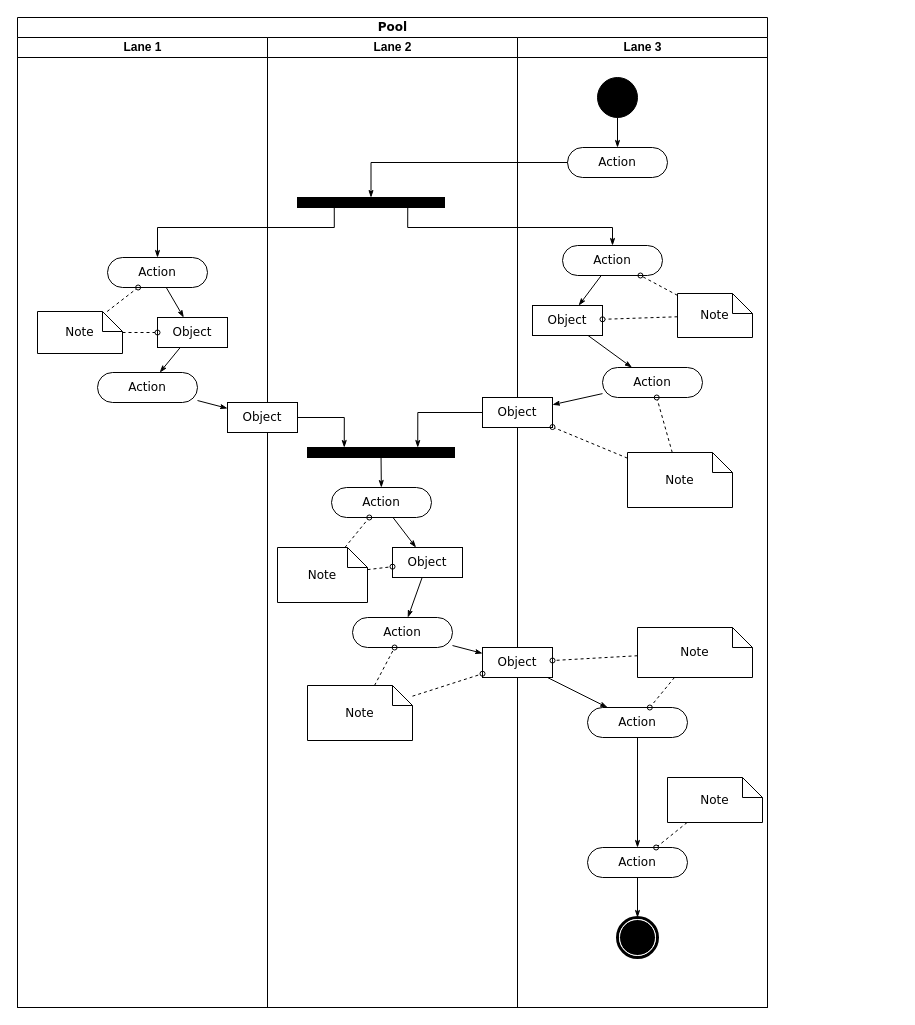
Above: 未命名绘图.drawio in dfz12300/bilibiliCaptcha (draw.io), before the change. Source tidied: cells renumbered, new cells numbered last; positions are measured from the earlier drawing's top-left corner, leaving out a move shared by most shapes. Both pictures are drawn from the tidied source at 100%, with x=0, y=0 at pixel (17, 17).
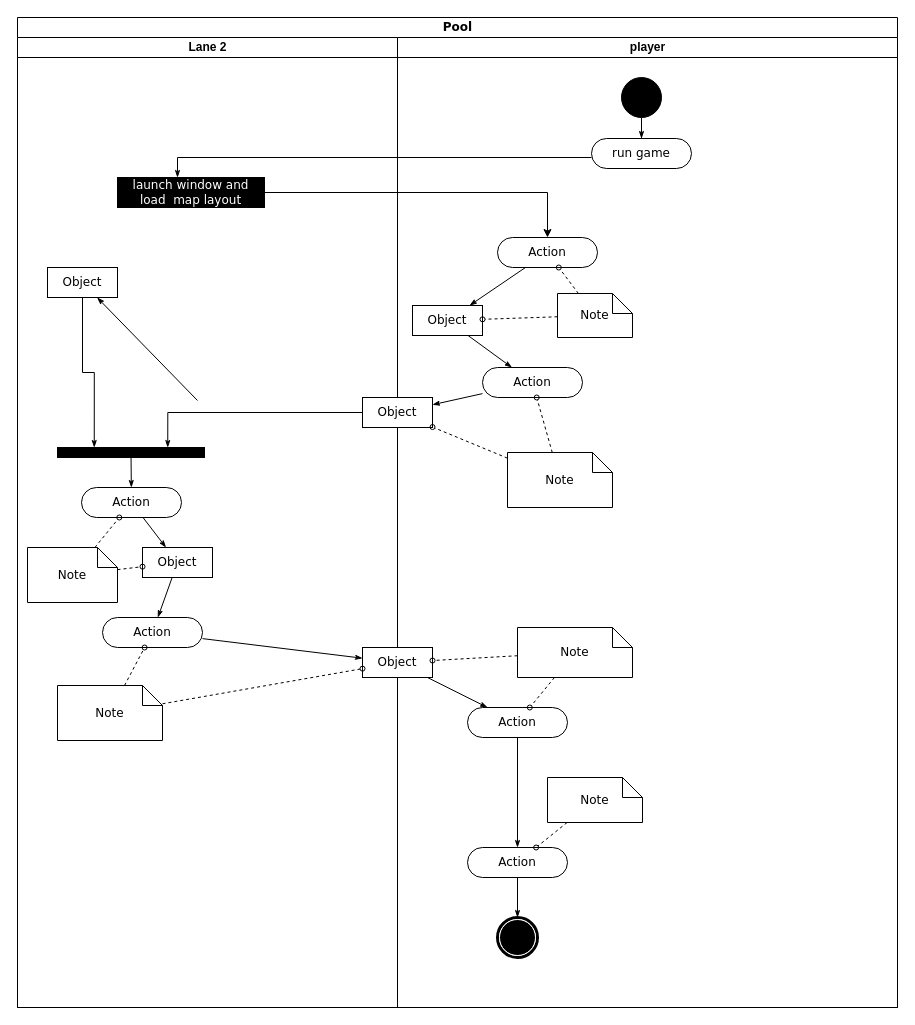
The same page after the edit.

Commit message:
更新未命名绘图.drawio

Diff of the diagram source:
```diff
@@
     <mxCell id="2" value="Pool" style="swimlane;html=1;startSize=20;rounded=0;shadow=0;comic=0;labelBackgroundColor=none;strokeWidth=1;fontFamily=Verdana;fontSize=12;align=center;" parent="1" vertex="1">
-      <mxGeometry width="750" height="990" as="geometry" />
+      <mxGeometry width="880" height="990" as="geometry" />
     </mxCell>
-    <mxCell id="3" value="Lane 1" style="swimlane;html=1;startSize=20;" parent="2" vertex="1">
-      <mxGeometry y="20" width="250" height="970" as="geometry" />
-    </mxCell>
-    <mxCell id="4" style="edgeStyle=none;rounded=0;html=1;labelBackgroundColor=none;startArrow=none;startFill=0;startSize=5;endArrow=classicThin;endFill=1;endSize=5;jettySize=auto;strokeWidth=1;fontFamily=Verdana;fontSize=12;" parent="3" edge="1" source="5" target="8">
-      <mxGeometry relative="1" as="geometry" />
-    </mxCell>
-    <mxCell id="5" value="Action" style="rounded=1;whiteSpace=wrap;html=1;shadow=0;comic=0;labelBackgroundColor=none;strokeWidth=1;fontFamily=Verdana;fontSize=12;align=center;arcSize=50;" parent="3" vertex="1">
-      <mxGeometry x="90" y="220" width="100" height="30" as="geometry" />
-    </mxCell>
-    <mxCell id="6" value="Action" style="rounded=1;whiteSpace=wrap;html=1;shadow=0;comic=0;labelBackgroundColor=none;strokeWidth=1;fontFamily=Verdana;fontSize=12;align=center;arcSize=50;" parent="3" vertex="1">
-      <mxGeometry x="80" y="335" width="100" height="30" as="geometry" />
-    </mxCell>
-    <mxCell id="7" style="edgeStyle=none;rounded=0;html=1;labelBackgroundColor=none;startArrow=none;startFill=0;startSize=5;endArrow=classicThin;endFill=1;endSize=5;jettySize=auto;strokeWidth=1;fontFamily=Verdana;fontSize=12;" parent="3" edge="1" source="8" target="6">
-      <mxGeometry relative="1" as="geometry" />
-    </mxCell>
-    <mxCell id="8" value="Object" style="rounded=0;whiteSpace=wrap;html=1;shadow=0;comic=0;labelBackgroundColor=none;strokeWidth=1;fontFamily=Verdana;fontSize=12;align=center;arcSize=50;" parent="3" vertex="1">
-      <mxGeometry x="140" y="280" width="70" height="30" as="geometry" />
-    </mxCell>
-    <mxCell id="9" style="edgeStyle=none;rounded=0;html=1;labelBackgroundColor=none;startArrow=none;startFill=0;startSize=5;endArrow=oval;endFill=0;endSize=5;jettySize=auto;strokeWidth=1;fontFamily=Verdana;fontSize=12;dashed=1;" parent="3" edge="1" source="11" target="5">
-      <mxGeometry relative="1" as="geometry" />
-    </mxCell>
-    <mxCell id="10" style="edgeStyle=none;rounded=0;html=1;dashed=1;labelBackgroundColor=none;startArrow=none;startFill=0;startSize=5;endArrow=oval;endFill=0;endSize=5;jettySize=auto;strokeWidth=1;fontFamily=Verdana;fontSize=12;" parent="3" edge="1" source="11" target="8">
-      <mxGeometry relative="1" as="geometry" />
-    </mxCell>
-    <mxCell id="11" value="Note" style="shape=note;whiteSpace=wrap;html=1;rounded=0;shadow=0;comic=0;labelBackgroundColor=none;strokeWidth=1;fontFamily=Verdana;fontSize=12;align=center;size=20;" parent="3" vertex="1">
-      <mxGeometry x="20" y="274" width="85" height="42" as="geometry" />
-    </mxCell>
     <mxCell id="12" value="Lane 2" style="swimlane;html=1;startSize=20;" parent="2" vertex="1">
-      <mxGeometry x="250" y="20" width="250" height="970" as="geometry" />
+      <mxGeometry y="20" width="380" height="970" as="geometry" />
     </mxCell>
-    <mxCell id="13" style="whiteSpace=wrap;html=1;rounded=0;shadow=0;comic=0;labelBackgroundColor=none;strokeWidth=1;fillColor=#000000;fontFamily=Verdana;fontSize=12;align=center;rotation=0;" parent="12" vertex="1">
-      <mxGeometry x="30" y="160" width="147" height="10" as="geometry" />
+    <mxCell id="13" value="&lt;font color=&quot;#ffffff&quot;&gt;launch window and load&amp;nbsp; map layout&lt;/font&gt;" style="whiteSpace=wrap;html=1;rounded=0;shadow=0;comic=0;labelBackgroundColor=none;strokeWidth=1;fillColor=#000000;fontFamily=Verdana;fontSize=12;align=center;rotation=0;" parent="12" vertex="1">
+      <mxGeometry x="100" y="140" width="147" height="30" as="geometry" />
     </mxCell>
@@
     <mxCell id="19" value="Object" style="rounded=0;whiteSpace=wrap;html=1;shadow=0;comic=0;labelBackgroundColor=none;strokeWidth=1;fontFamily=Verdana;fontSize=12;align=center;arcSize=50;" parent="12" vertex="1">
-      <mxGeometry x="-40" y="365" width="70" height="30" as="geometry" />
+      <mxGeometry x="30" y="230" width="70" height="30" as="geometry" />
     </mxCell>
@@
-    <mxCell id="28" value="Lane 3" style="swimlane;html=1;startSize=20;" parent="2" vertex="1">
-      <mxGeometry x="500" y="20" width="250" height="970" as="geometry" />
+    <mxCell id="28" value="player" style="swimlane;html=1;startSize=20;" parent="2" vertex="1">
+      <mxGeometry x="380" y="20" width="500" height="970" as="geometry" />
     </mxCell>
@@
     <mxCell id="30" style="ellipse;whiteSpace=wrap;html=1;rounded=0;shadow=0;comic=0;labelBackgroundColor=none;strokeWidth=1;fillColor=#000000;fontFamily=Verdana;fontSize=12;align=center;" parent="28" vertex="1">
-      <mxGeometry x="80" y="40" width="40" height="40" as="geometry" />
+      <mxGeometry x="224" y="40" width="40" height="40" as="geometry" />
     </mxCell>
-    <mxCell id="31" value="Action" style="rounded=1;whiteSpace=wrap;html=1;shadow=0;comic=0;labelBackgroundColor=none;strokeWidth=1;fontFamily=Verdana;fontSize=12;align=center;arcSize=50;" parent="28" vertex="1">
-      <mxGeometry x="50" y="110" width="100" height="30" as="geometry" />
+    <mxCell id="31" value="run game" style="rounded=1;whiteSpace=wrap;html=1;shadow=0;comic=0;labelBackgroundColor=none;strokeWidth=1;fontFamily=Verdana;fontSize=12;align=center;arcSize=50;" parent="28" vertex="1">
+      <mxGeometry x="194" y="101" width="100" height="30" as="geometry" />
     </mxCell>
@@
     <mxCell id="33" value="Action" style="rounded=1;whiteSpace=wrap;html=1;shadow=0;comic=0;labelBackgroundColor=none;strokeWidth=1;fontFamily=Verdana;fontSize=12;align=center;arcSize=50;" parent="28" vertex="1">
-      <mxGeometry x="45" y="208" width="100" height="30" as="geometry" />
+      <mxGeometry x="100" y="200" width="100" height="30" as="geometry" />
     </mxCell>
@@
-    <mxCell id="57" style="edgeStyle=orthogonalEdgeStyle;rounded=0;html=1;entryX=0.5;entryY=0;labelBackgroundColor=none;startArrow=none;startFill=0;startSize=5;endArrow=classicThin;endFill=1;endSize=5;jettySize=auto;strokeWidth=1;fontFamily=Verdana;fontSize=12;" parent="2" edge="1" source="31" target="13">
+    <mxCell id="57" style="edgeStyle=orthogonalEdgeStyle;rounded=0;html=1;labelBackgroundColor=none;startArrow=none;startFill=0;startSize=5;endArrow=classicThin;endFill=1;endSize=5;jettySize=auto;strokeWidth=1;fontFamily=Verdana;fontSize=12;" parent="2" edge="1" source="31" target="13">
       <mxGeometry relative="1" as="geometry">
         <Array as="points">
-          <mxPoint x="354" y="145" />
+          <mxPoint x="160" y="140" />
         </Array>
       </mxGeometry>
     </mxCell>
-    <mxCell id="58" style="edgeStyle=orthogonalEdgeStyle;rounded=0;html=1;exitX=0.75;exitY=1;labelBackgroundColor=none;startArrow=none;startFill=0;startSize=5;endArrow=classicThin;endFill=1;endSize=5;jettySize=auto;strokeWidth=1;fontFamily=Verdana;fontSize=12;" parent="2" edge="1" source="13" target="33">
-      <mxGeometry relative="1" as="geometry">
-        <Array as="points">
-          <mxPoint x="390" y="210" />
-          <mxPoint x="595" y="210" />
-        </Array>
-      </mxGeometry>
-    </mxCell>
-    <mxCell id="59" style="edgeStyle=orthogonalEdgeStyle;rounded=0;html=1;exitX=0.25;exitY=1;entryX=0.5;entryY=0;labelBackgroundColor=none;startArrow=none;startFill=0;startSize=5;endArrow=classicThin;endFill=1;endSize=5;jettySize=auto;strokeWidth=1;fontFamily=Verdana;fontSize=12;" parent="2" edge="1" source="13" target="5">
-      <mxGeometry relative="1" as="geometry">
-        <Array as="points">
-          <mxPoint x="317" y="210" />
-          <mxPoint x="140" y="210" />
-        </Array>
-      </mxGeometry>
-    </mxCell>
@@
-    <mxCell id="61" style="edgeStyle=none;rounded=0;html=1;labelBackgroundColor=none;startArrow=none;startFill=0;startSize=5;endArrow=classicThin;endFill=1;endSize=5;jettySize=auto;strokeWidth=1;fontFamily=Verdana;fontSize=12;" parent="2" edge="1" source="6" target="19">
-      <mxGeometry relative="1" as="geometry" />
+    <mxCell id="61" style="edgeStyle=none;rounded=0;html=1;labelBackgroundColor=none;startArrow=none;startFill=0;startSize=5;endArrow=classicThin;endFill=1;endSize=5;jettySize=auto;strokeWidth=1;fontFamily=Verdana;fontSize=12;" parent="2" edge="1" target="19">
+      <mxGeometry relative="1" as="geometry">
+        <mxPoint x="180" y="383" as="sourcePoint" />
+      </mxGeometry>
     </mxCell>
@@
+    <mxCell id="58" style="edgeStyle=orthogonalEdgeStyle;rounded=0;jettySize=auto;html=1;" parent="2" edge="1" source="13" target="33">
+      <mxGeometry relative="1" as="geometry" />
+    </mxCell>
```
